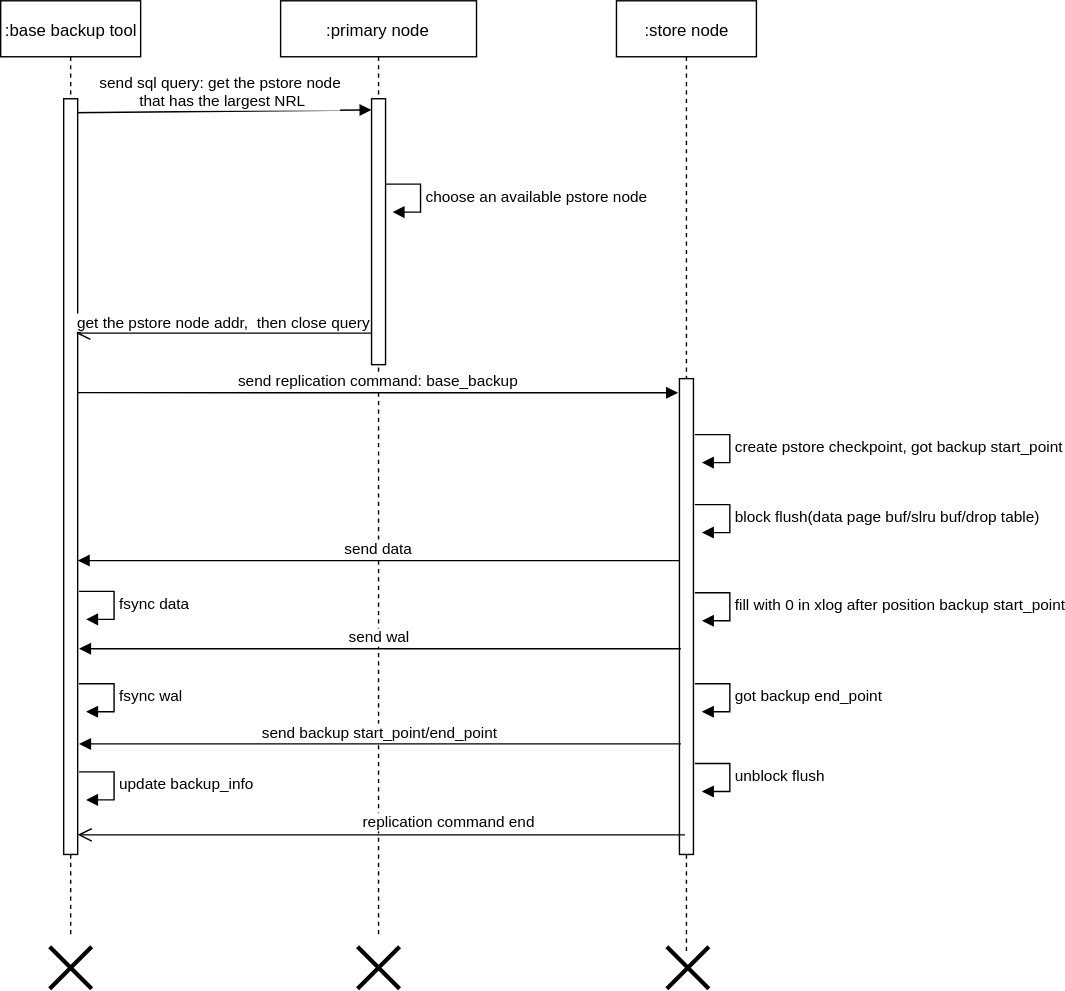
Above: attachments/1640158663666.drawio.svg in simbahebinbo/smallfat.github.io (draw.io), before the change. Source tidied: cells renumbered, new cells last; positions are measured from the earlier drawing's top-left corner, leaving out a move shared by most shapes.
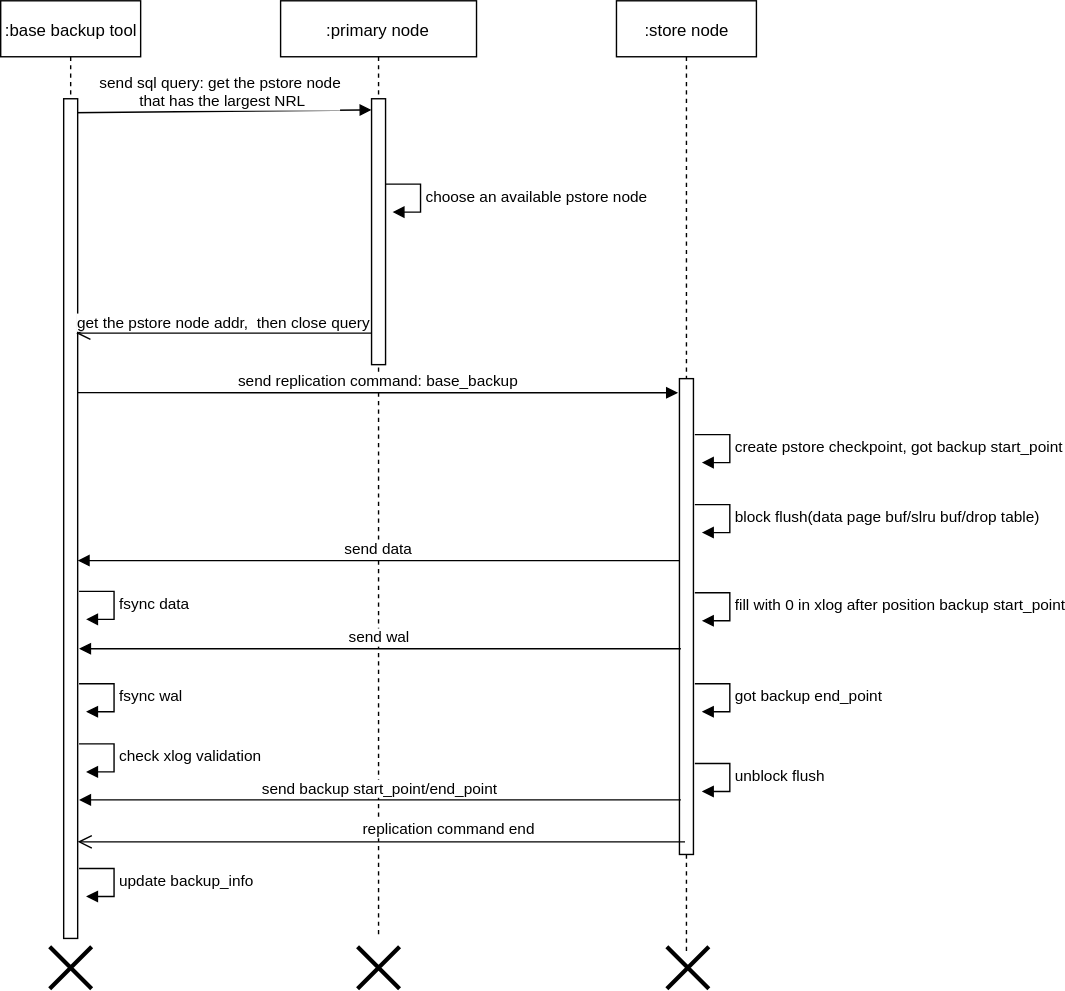
The same file after the commit.

Commit message:
添加附件 : attachments/1640158663666.drawio.svg

Diff of the diagram source:
```diff
@@ -12,7 +12,7 @@
       </mxGeometry>
     </mxCell>
     <mxCell id="4" style="html=1;perimeter=orthogonalPerimeter;" parent="2" vertex="1">
-      <mxGeometry x="45" y="70" width="10" height="540" as="geometry" />
+      <mxGeometry x="45" y="70" width="10" height="600" as="geometry" />
     </mxCell>
     <mxCell id="5" style="shape=umlDestroy;whiteSpace=wrap;html=1;strokeWidth=3;" parent="2" vertex="1">
       <mxGeometry x="35" y="676" width="30" height="30" as="geometry" />
@@ -55,8 +55,8 @@
     </mxCell>
     <mxCell id="14" value="replication command end" style="html=1;verticalAlign=bottom;endArrow=open;endSize=8;align=center;" parent="1" edge="1">
       <mxGeometry x="-0.22" y="-1" relative="1" as="geometry">
-        <mxPoint x="489" y="596" as="sourcePoint" />
-        <mxPoint x="55" y="596" as="targetPoint" />
+        <mxPoint x="489" y="601" as="sourcePoint" />
+        <mxPoint x="55" y="601" as="targetPoint" />
       </mxGeometry>
     </mxCell>
     <mxCell id="15" style="shape=umlDestroy;whiteSpace=wrap;html=1;strokeWidth=3;" parent="1" vertex="1">
@@ -121,8 +121,8 @@
     </mxCell>
     <mxCell id="23" value="send backup start_point/end_point" style="html=1;verticalAlign=bottom;endArrow=block;" parent="1" edge="1">
       <mxGeometry relative="1" as="geometry">
-        <mxPoint x="486" y="531" as="sourcePoint" />
-        <mxPoint x="56" y="531" as="targetPoint" />
+        <mxPoint x="486" y="571" as="sourcePoint" />
+        <mxPoint x="56" y="571" as="targetPoint" />
       </mxGeometry>
     </mxCell>
     <mxCell id="24" value="fsync data" style="edgeStyle=orthogonalEdgeStyle;html=1;align=left;spacingLeft=2;endArrow=block;rounded=0;entryX=1;entryY=0;" parent="1" edge="1">
@@ -143,14 +143,23 @@
         </Array>
       </mxGeometry>
     </mxCell>
-    <mxCell id="26" value="update backup_info" style="edgeStyle=orthogonalEdgeStyle;html=1;align=left;spacingLeft=2;endArrow=block;rounded=0;entryX=1;entryY=0;" parent="1" edge="1">
+    <mxCell id="26" value="check xlog validation" style="edgeStyle=orthogonalEdgeStyle;html=1;align=left;spacingLeft=2;endArrow=block;rounded=0;entryX=1;entryY=0;" parent="1" edge="1">
       <mxGeometry relative="1" as="geometry">
-        <mxPoint x="56" y="551" as="sourcePoint" />
-        <mxPoint x="61" y="571" as="targetPoint" />
+        <mxPoint x="56" y="531" as="sourcePoint" />
+        <mxPoint x="61" y="551" as="targetPoint" />
         <Array as="points">
-          <mxPoint x="81" y="551" />
+          <mxPoint x="81" y="531" />
         </Array>
       </mxGeometry>
     </mxCell>
+    <mxCell id="27" value="update backup_info" style="edgeStyle=orthogonalEdgeStyle;html=1;align=left;spacingLeft=2;endArrow=block;rounded=0;entryX=1;entryY=0;" parent="1" edge="1">
+      <mxGeometry relative="1" as="geometry">
+        <mxPoint x="56" y="620" as="sourcePoint" />
+        <mxPoint x="61" y="640" as="targetPoint" />
+        <Array as="points">
+          <mxPoint x="81" y="620" />
+        </Array>
+      </mxGeometry>
+    </mxCell>
   </root>
 </mxGraphModel>
```
